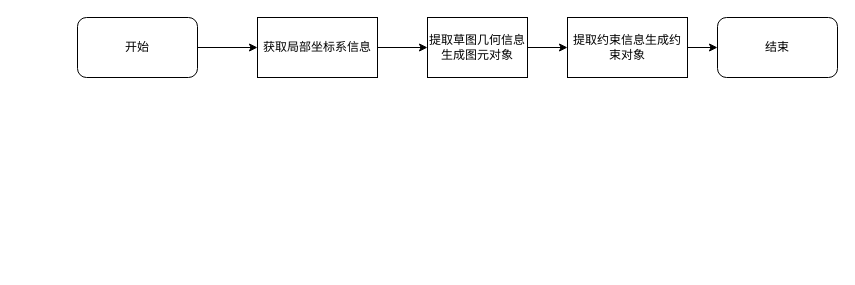
This is 草图特征提取.drawio from liuhuliuhu123/First-test, a draw.io file, before an edit. Source tidied: cells renumbered, new cells numbered last; positions are measured from the earlier drawing's top-left corner, leaving out a move shared by most shapes. Both pictures are drawn from the tidied source at 100%, with x=0, y=0 at pixel (77, 17).
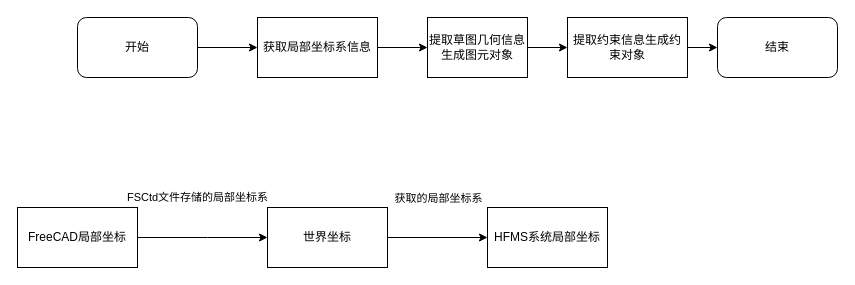
The same page after the edit.

Commit message (it also covers changes not shown here):
更新草图特征提取.drawio

What changed in the source:
```diff
@@
 <mxGraphModel>
   <root>
     <mxCell id="0" />
     <mxCell id="1" parent="0" />
     <mxCell id="2" style="edgeStyle=orthogonalEdgeStyle;rounded=0;jettySize=auto;html=1;entryX=0;entryY=0.5;entryDx=0;entryDy=0;" parent="1" edge="1" source="3" target="5">
       <mxGeometry relative="1" as="geometry" />
     </mxCell>
     <mxCell id="3" value="开始" style="rounded=1;whiteSpace=wrap;html=1;" parent="1" vertex="1">
       <mxGeometry width="120" height="60" as="geometry" />
     </mxCell>
     <mxCell id="4" style="edgeStyle=orthogonalEdgeStyle;rounded=0;jettySize=auto;html=1;entryX=0;entryY=0.5;entryDx=0;entryDy=0;" parent="1" edge="1" source="5" target="7">
       <mxGeometry relative="1" as="geometry" />
     </mxCell>
     <mxCell id="5" value="获取局部坐标系信息" style="rounded=0;whiteSpace=wrap;html=1;" parent="1" vertex="1">
       <mxGeometry x="180" width="120" height="60" as="geometry" />
     </mxCell>
     <mxCell id="6" style="edgeStyle=orthogonalEdgeStyle;rounded=0;jettySize=auto;html=1;entryX=0;entryY=0.5;entryDx=0;entryDy=0;" parent="1" edge="1" source="7" target="9">
       <mxGeometry relative="1" as="geometry" />
     </mxCell>
     <mxCell id="7" value="提取草图几何信息&lt;br&gt;生成图元对象" style="rounded=0;whiteSpace=wrap;html=1;" parent="1" vertex="1">
       <mxGeometry x="350" width="100" height="60" as="geometry" />
     </mxCell>
     <mxCell id="8" style="edgeStyle=orthogonalEdgeStyle;rounded=0;jettySize=auto;html=1;entryX=0;entryY=0.5;entryDx=0;entryDy=0;" parent="1" edge="1" source="9" target="10">
       <mxGeometry relative="1" as="geometry" />
     </mxCell>
     <mxCell id="9" value="提取约束信息生成约束对象" style="rounded=0;whiteSpace=wrap;html=1;" parent="1" vertex="1">
       <mxGeometry x="490" width="120" height="60" as="geometry" />
     </mxCell>
     <mxCell id="10" value="结束" style="rounded=1;whiteSpace=wrap;html=1;" parent="1" vertex="1">
       <mxGeometry x="640" width="120" height="60" as="geometry" />
     </mxCell>
+    <mxCell id="11" value="FSCtd文件存储的局部坐标系" style="edgeStyle=orthogonalEdgeStyle;rounded=0;jettySize=auto;html=1;entryX=0;entryY=0.5;entryDx=0;entryDy=0;" parent="1" edge="1" source="12" target="15">
+      <mxGeometry x="-0.07" y="40" relative="1" as="geometry">
+        <Array as="points">
+          <mxPoint x="130" y="220" />
+          <mxPoint x="130" y="220" />
+        </Array>
+      </mxGeometry>
+    </mxCell>
+    <mxCell id="12" value="FreeCAD局部坐标" style="rounded=0;whiteSpace=wrap;html=1;" parent="1" vertex="1">
+      <mxGeometry x="-60" y="190" width="120" height="60" as="geometry" />
+    </mxCell>
+    <mxCell id="13" style="edgeStyle=orthogonalEdgeStyle;rounded=0;jettySize=auto;html=1;entryX=0;entryY=0.5;entryDx=0;entryDy=0;" parent="1" edge="1" source="15" target="16">
+      <mxGeometry relative="1" as="geometry" />
+    </mxCell>
+    <mxCell id="14" value="获取的局部坐标系" style="edgeLabel;html=1;align=center;verticalAlign=middle;" parent="13" vertex="1">
+      <mxGeometry x="-0.28" y="1" relative="1" as="geometry">
+        <mxPoint x="14" y="-39" as="offset" />
+      </mxGeometry>
+    </mxCell>
+    <mxCell id="15" value="世界坐标" style="rounded=0;whiteSpace=wrap;html=1;" parent="1" vertex="1">
+      <mxGeometry x="190" y="190" width="120" height="60" as="geometry" />
+    </mxCell>
+    <mxCell id="16" value="HFMS系统局部坐标" style="rounded=0;whiteSpace=wrap;html=1;" parent="1" vertex="1">
+      <mxGeometry x="410" y="190" width="120" height="60" as="geometry" />
+    </mxCell>
   </root>
 </mxGraphModel>
```
